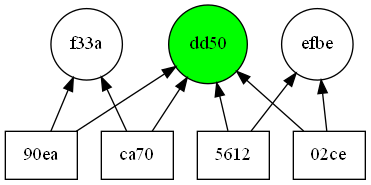
This is doctest-output/visitor.gv.png from ziyadalrasbi/F20SC-CW2, a Graphviz export, as it was before one commit. Its source is kept beside it as doctest-output/visitor.gv.
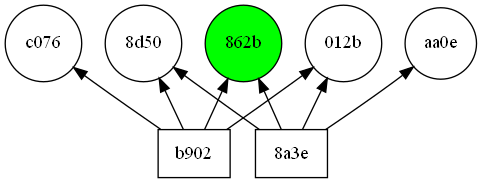
Later version of the same file.

The edit, as a diff of the source:
```diff
@@ -1,28 +1,26 @@
 digraph visitor {
 	graph [rank=max]
 	node [shape=rectangle]
-	"43f2f9d34fa890ea" [label="90ea" fillcolor=white shape=rectangle style=filled]
-	"43f2f9d34fa890ea" -> "140122212305-a9c8d5261144dc049258d07f4820f33a"
-	"43f2f9d34fa890ea" -> "140213232558-bdd53a3a2ae91f2c5f951187668edd50"
-	a24d810a16b05612 [label=5612 fillcolor=white shape=rectangle style=filled]
-	a24d810a16b05612 -> "140227013556-da667d2f4032e14a0808c5ae64fbefbe"
-	a24d810a16b05612 -> "140213232558-bdd53a3a2ae91f2c5f951187668edd50"
-	"4a1ac68aba36ca70" [label=ca70 fillcolor=white shape=rectangle style=filled]
-	"4a1ac68aba36ca70" -> "140122212305-a9c8d5261144dc049258d07f4820f33a"
-	"4a1ac68aba36ca70" -> "140213232558-bdd53a3a2ae91f2c5f951187668edd50"
-	"3d829216172e02ce" [label="02ce" fillcolor=white shape=rectangle style=filled]
-	"3d829216172e02ce" -> "140227013556-da667d2f4032e14a0808c5ae64fbefbe"
-	"3d829216172e02ce" -> "140213232558-bdd53a3a2ae91f2c5f951187668edd50"
+	"4065369dbee2b902" [label=b902 fillcolor=white shape=rectangle style=filled]
+	"4065369dbee2b902" -> "140310171202-000000002e5a8ff1f577548fec708d50"
+	"4065369dbee2b902" -> "140310170010-0000000067dc80801f1df696ae52862b"
+	"4065369dbee2b902" -> "140310171114-00000000950ae9deb4faca996b0ec076"
+	"4065369dbee2b902" -> "140310171030-000000008b8d98e95ac0797e7fdb012b"
+	"3c01241d5c3a8a3e" [label="8a3e" fillcolor=white shape=rectangle style=filled]
+	"3c01241d5c3a8a3e" -> "140310171202-000000002e5a8ff1f577548fec708d50"
+	"3c01241d5c3a8a3e" -> "140310165657-0000000068d21bb99dec3ad6ee60aa0e"
+	"3c01241d5c3a8a3e" -> "140310170010-0000000067dc80801f1df696ae52862b"
+	"3c01241d5c3a8a3e" -> "140310171030-000000008b8d98e95ac0797e7fdb012b"
 	subgraph document {
 		graph [rank=min]
 		node [shape=circle]
-		"140122212305-a9c8d5261144dc049258d07f4820f33a" [label=f33a fillcolor=white shape=circle]
-		"140122212305-a9c8d5261144dc049258d07f4820f33a" [label=f33a fillcolor=white shape=circle]
-		"140213232558-bdd53a3a2ae91f2c5f951187668edd50" [label=dd50 fillcolor=green shape=circle style=filled]
-		"140213232558-bdd53a3a2ae91f2c5f951187668edd50" [label=dd50 fillcolor=green shape=circle style=filled]
-		"140213232558-bdd53a3a2ae91f2c5f951187668edd50" [label=dd50 fillcolor=green shape=circle style=filled]
-		"140213232558-bdd53a3a2ae91f2c5f951187668edd50" [label=dd50 fillcolor=green shape=circle style=filled]
-		"140227013556-da667d2f4032e14a0808c5ae64fbefbe" [label=efbe fillcolor=white shape=circle]
-		"140227013556-da667d2f4032e14a0808c5ae64fbefbe" [label=efbe fillcolor=white shape=circle]
+		"140310165657-0000000068d21bb99dec3ad6ee60aa0e" [label=aa0e fillcolor=white shape=circle]
+		"140310170010-0000000067dc80801f1df696ae52862b" [label="862b" fillcolor=green shape=circle style=filled]
+		"140310170010-0000000067dc80801f1df696ae52862b" [label="862b" fillcolor=green shape=circle style=filled]
+		"140310171030-000000008b8d98e95ac0797e7fdb012b" [label="012b" fillcolor=white shape=circle]
+		"140310171030-000000008b8d98e95ac0797e7fdb012b" [label="012b" fillcolor=white shape=circle]
+		"140310171114-00000000950ae9deb4faca996b0ec076" [label=c076 fillcolor=white shape=circle]
+		"140310171202-000000002e5a8ff1f577548fec708d50" [label="8d50" fillcolor=white shape=circle]
+		"140310171202-000000002e5a8ff1f577548fec708d50" [label="8d50" fillcolor=white shape=circle]
 	}
 }
```
